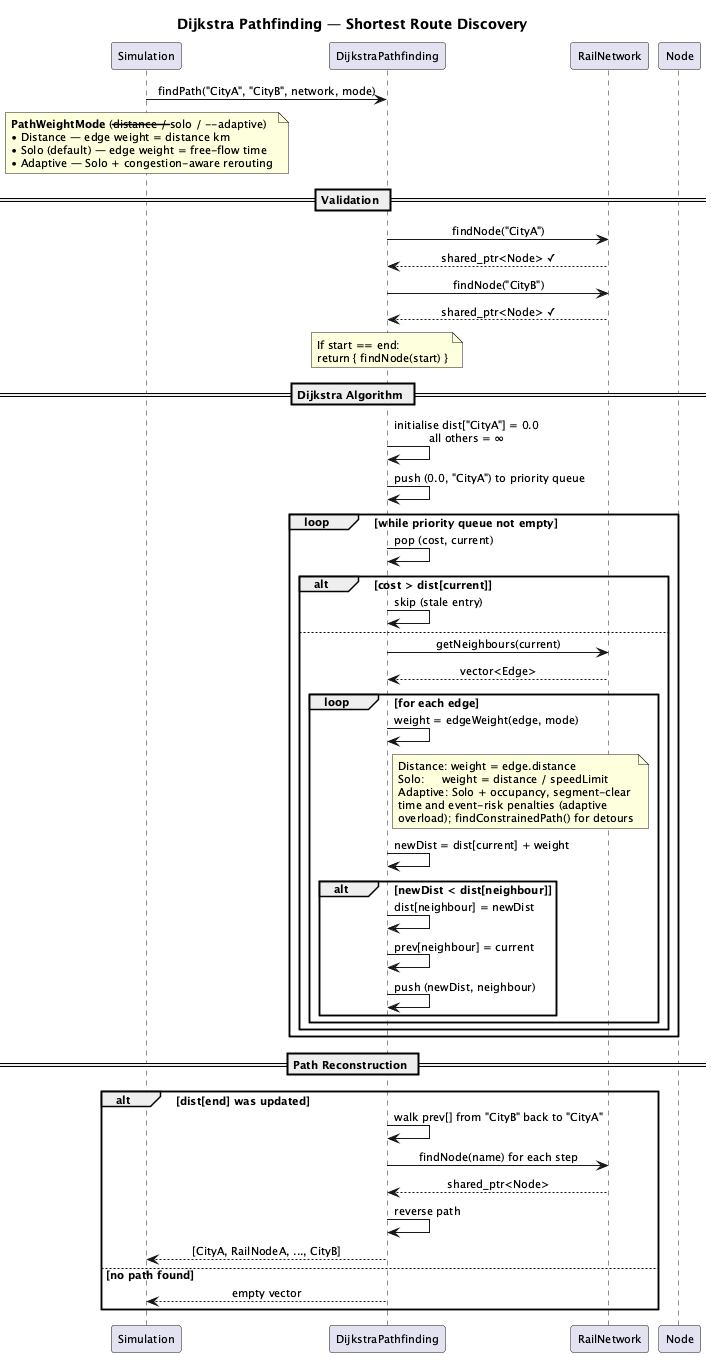
This is docs/diagrams/sequence_pathfinding.png from abaiao-r/Module_05_Train_yourself, a PlantUML export, as it was before one commit.
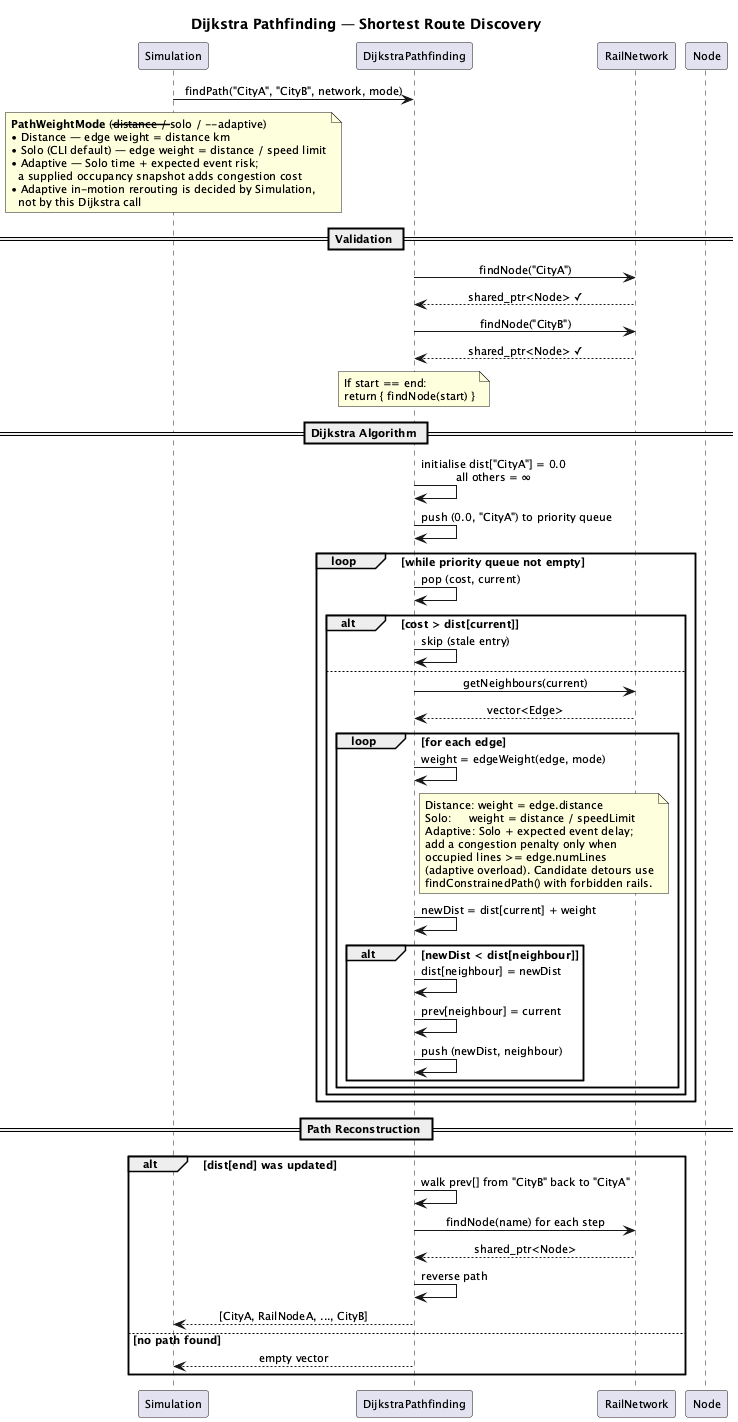
After the change.

Diff of the diagram source:
```diff
@@ -16,8 +16,11 @@
 note over Sim
     **PathWeightMode** (--distance / --solo / --adaptive)
     • Distance — edge weight = distance km
-    • Solo (default) — edge weight = free-flow time
-    • Adaptive — Solo + congestion-aware rerouting
+    • Solo (CLI default) — edge weight = distance / speed limit
+    • Adaptive — Solo time + expected event risk;
+      a supplied occupancy snapshot adds congestion cost
+    • Adaptive in-motion rerouting is decided by Simulation,
+      not by this Dijkstra call
 end note
 
 == Validation ==
@@ -47,9 +50,11 @@
             note right of Dijk
                 Distance: weight = edge.distance
                 Solo:     weight = distance / speedLimit
-                Adaptive: Solo + occupancy, segment-clear
-                time and event-risk penalties (adaptive
-                overload); findConstrainedPath() for detours
+                Adaptive: Solo + expected event delay;
+                add a congestion penalty only when
+                occupied lines >= edge.numLines
+                (adaptive overload). Candidate detours use
+                findConstrainedPath() with forbidden rails.
             end note
             Dijk -> Dijk : newDist = dist[current] + weight
             alt newDist < dist[neighbour]
```
